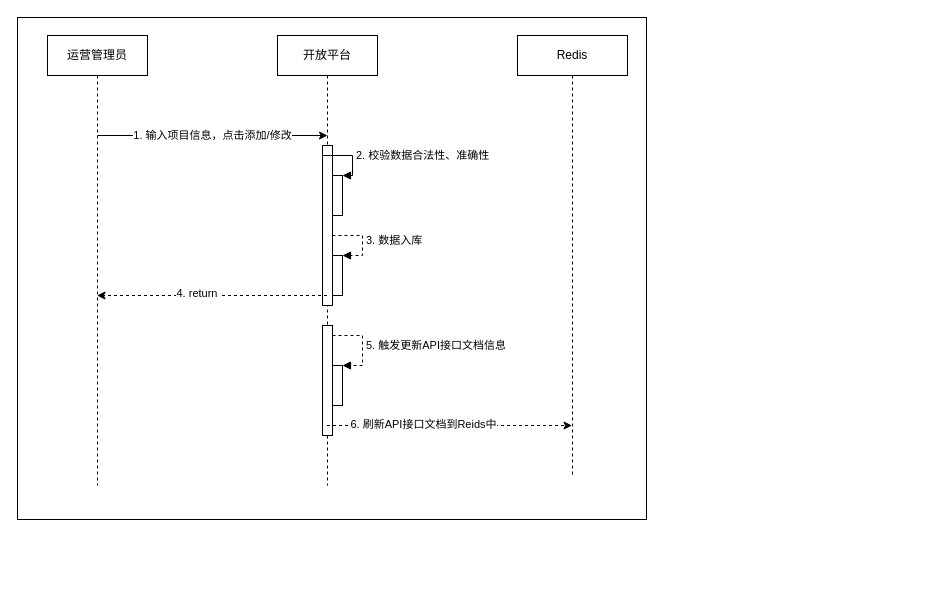
Before: 开放平台添加项目功能.drawio in laowang-cloud/diagrams, a draw.io diagram. Source tidied: cells renumbered, new cells numbered last; positions are measured from the earlier drawing's top-left corner, leaving out a move shared by most shapes. Both pictures are drawn from the tidied source at 100%, with x=0, y=0 at pixel (17, 17).
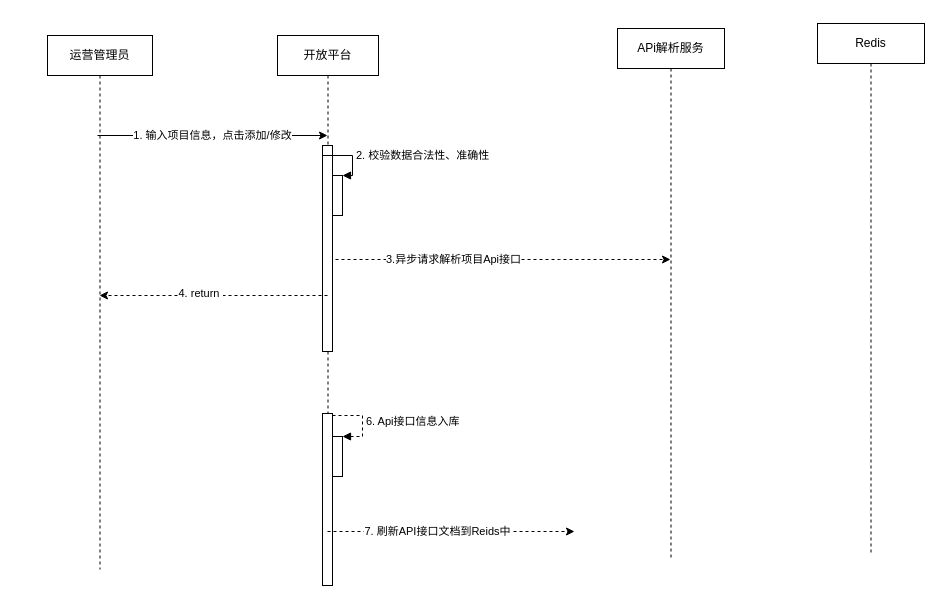
After the change.

Commit message:
更新开放平台添加项目功能.drawio

Change to the diagram source:
```diff
@@
-    <mxCell id="2" style="rounded=0;whiteSpace=wrap;html=1;" parent="1" vertex="1">
-      <mxGeometry width="629" height="502" as="geometry" />
-    </mxCell>
     <mxCell id="3" value="运营管理员" style="shape=umlLifeline;perimeter=lifelinePerimeter;whiteSpace=wrap;html=1;outlineConnect=0;" parent="1" vertex="1">
-      <mxGeometry x="30" y="18" width="100" height="450" as="geometry" />
+      <mxGeometry x="30" y="18" width="105" height="534" as="geometry" />
     </mxCell>
     <mxCell id="4" value="&lt;span&gt;开放平台&lt;/span&gt;" style="shape=umlLifeline;perimeter=lifelinePerimeter;whiteSpace=wrap;html=1;outlineConnect=0;" parent="1" vertex="1">
-      <mxGeometry x="260" y="18" width="100" height="450" as="geometry" />
+      <mxGeometry x="260" y="18" width="101" height="530" as="geometry" />
     </mxCell>
     <mxCell id="5" style="html=1;perimeter=orthogonalPerimeter;" parent="4" vertex="1">
-      <mxGeometry x="45" y="110" width="10" height="160" as="geometry" />
+      <mxGeometry x="45" y="110" width="10" height="206" as="geometry" />
     </mxCell>
@@
     <mxCell id="8" style="html=1;perimeter=orthogonalPerimeter;" parent="4" vertex="1">
-      <mxGeometry x="45" y="290" width="10" height="110" as="geometry" />
+      <mxGeometry x="45" y="378" width="10" height="172" as="geometry" />
     </mxCell>
-    <mxCell id="9" style="html=1;points=[];perimeter=orthogonalPerimeter;" parent="4" vertex="1">
-      <mxGeometry x="55" y="330" width="10" height="40" as="geometry" />
-    </mxCell>
-    <mxCell id="10" value="5. 触发更新API接口文档信息" style="edgeStyle=orthogonalEdgeStyle;html=1;align=left;spacingLeft=2;endArrow=block;rounded=0;entryX=1;entryY=0;dashed=1;" parent="4" edge="1" target="9">
-      <mxGeometry relative="1" as="geometry">
-        <mxPoint x="55" y="300" as="sourcePoint" />
-        <Array as="points">
-          <mxPoint x="85" y="300" />
-        </Array>
-      </mxGeometry>
-    </mxCell>
-    <mxCell id="11" style="html=1;points=[];perimeter=orthogonalPerimeter;" parent="4" vertex="1">
-      <mxGeometry x="55" y="220" width="10" height="40" as="geometry" />
-    </mxCell>
-    <mxCell id="12" value="3. 数据入库" style="edgeStyle=orthogonalEdgeStyle;html=1;align=left;spacingLeft=2;endArrow=block;rounded=0;entryX=1;entryY=0;dashed=1;" parent="4" edge="1" target="11">
-      <mxGeometry relative="1" as="geometry">
-        <mxPoint x="55" y="200" as="sourcePoint" />
-        <Array as="points">
-          <mxPoint x="85" y="200" />
-        </Array>
-      </mxGeometry>
-    </mxCell>
+    <mxCell id="19" style="html=1;points=[];perimeter=orthogonalPerimeter;" parent="4" vertex="1">
+      <mxGeometry x="55" y="401" width="10" height="40" as="geometry" />
+    </mxCell>
+    <mxCell id="20" value="6. Api接口信息入库" style="edgeStyle=orthogonalEdgeStyle;html=1;align=left;spacingLeft=2;endArrow=block;rounded=0;entryX=1;entryY=0;dashed=1;" parent="4" edge="1" target="19">
+      <mxGeometry relative="1" as="geometry">
+        <mxPoint x="55" y="380" as="sourcePoint" />
+        <Array as="points">
+          <mxPoint x="85" y="380" />
+        </Array>
+      </mxGeometry>
+    </mxCell>
     <mxCell id="13" value="&lt;span&gt;Redis&lt;/span&gt;" style="shape=umlLifeline;perimeter=lifelinePerimeter;whiteSpace=wrap;html=1;outlineConnect=0;" parent="1" vertex="1">
-      <mxGeometry x="500" y="18" width="110" height="440" as="geometry" />
+      <mxGeometry x="800" y="6" width="107" height="530" as="geometry" />
     </mxCell>
@@
-    <mxCell id="17" style="endArrow=classic;html=1;dashed=1;" parent="1" edge="1" source="4" target="13">
-      <mxGeometry relative="1" as="geometry">
-        <Array as="points">
-          <mxPoint x="360" y="408" />
-          <mxPoint x="430" y="408" />
-          <mxPoint x="460" y="408" />
-        </Array>
-      </mxGeometry>
-    </mxCell>
-    <mxCell id="18" value="6. 刷新API接口文档到Reids中" style="edgeLabel;html=1;align=center;verticalAlign=middle;" parent="17" vertex="1">
-      <mxGeometry x="-0.22" y="2" relative="1" as="geometry" />
-    </mxCell>
+    <mxCell id="21" style="endArrow=classic;html=1;dashed=1;" parent="1" edge="1" source="4">
+      <mxGeometry relative="1" as="geometry">
+        <mxPoint x="557" y="514" as="targetPoint" />
+      </mxGeometry>
+    </mxCell>
+    <mxCell id="22" value="7. 刷新API接口文档到Reids中" style="edgeLabel;html=1;align=center;verticalAlign=middle;" parent="21" vertex="1">
+      <mxGeometry x="-0.12" y="1" relative="1" as="geometry" />
+    </mxCell>
+    <mxCell id="23" value="APi解析服务" style="shape=umlLifeline;perimeter=lifelinePerimeter;whiteSpace=wrap;html=1;outlineConnect=0;" parent="1" vertex="1">
+      <mxGeometry x="600" y="11" width="107" height="530" as="geometry" />
+    </mxCell>
+    <mxCell id="24" style="endArrow=classic;html=1;dashed=1;" parent="1" edge="1" target="23">
+      <mxGeometry relative="1" as="geometry">
+        <mxPoint x="318" y="242" as="sourcePoint" />
+        <Array as="points">
+          <mxPoint x="407" y="242" />
+          <mxPoint x="552" y="242" />
+        </Array>
+      </mxGeometry>
+    </mxCell>
+    <mxCell id="25" value="3.异步请求解析项目Api接口" style="edgeLabel;html=1;align=center;verticalAlign=middle;" parent="24" vertex="1">
+      <mxGeometry x="-0.3" y="1" relative="1" as="geometry" />
+    </mxCell>
```
